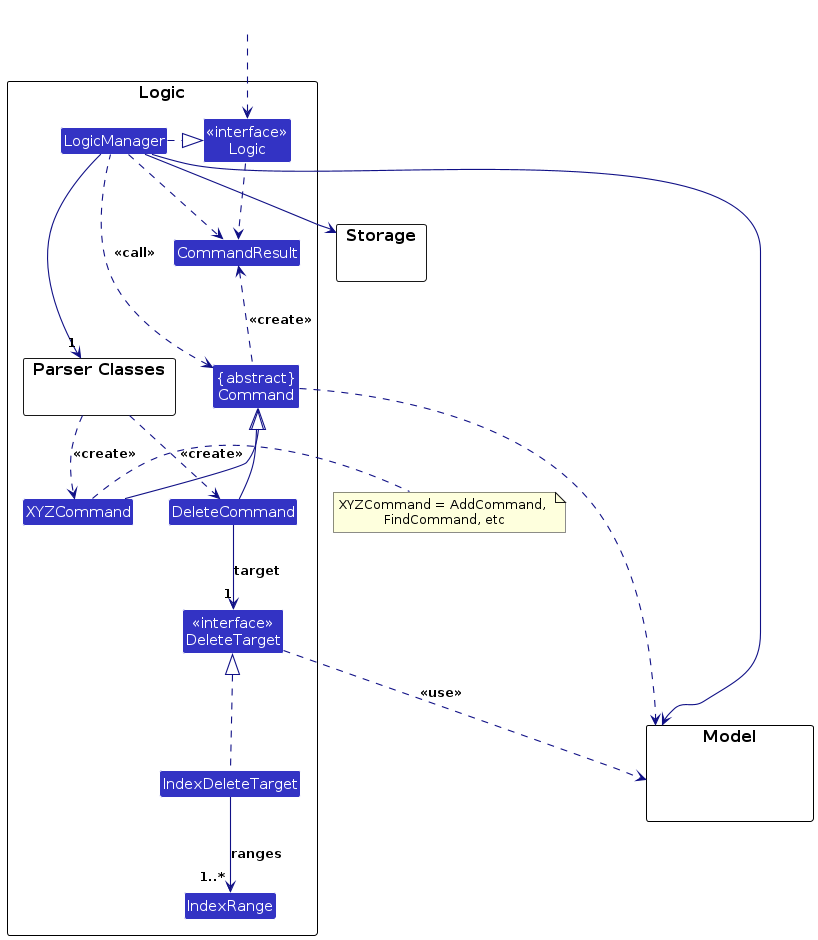
This is diagrams/LogicClassDiagram.png from AY2627S1-CS2103T-T11-2/tp, a PlantUML export, as it was before one commit. Its source is kept beside it as diagrams/LogicClassDiagram.puml.
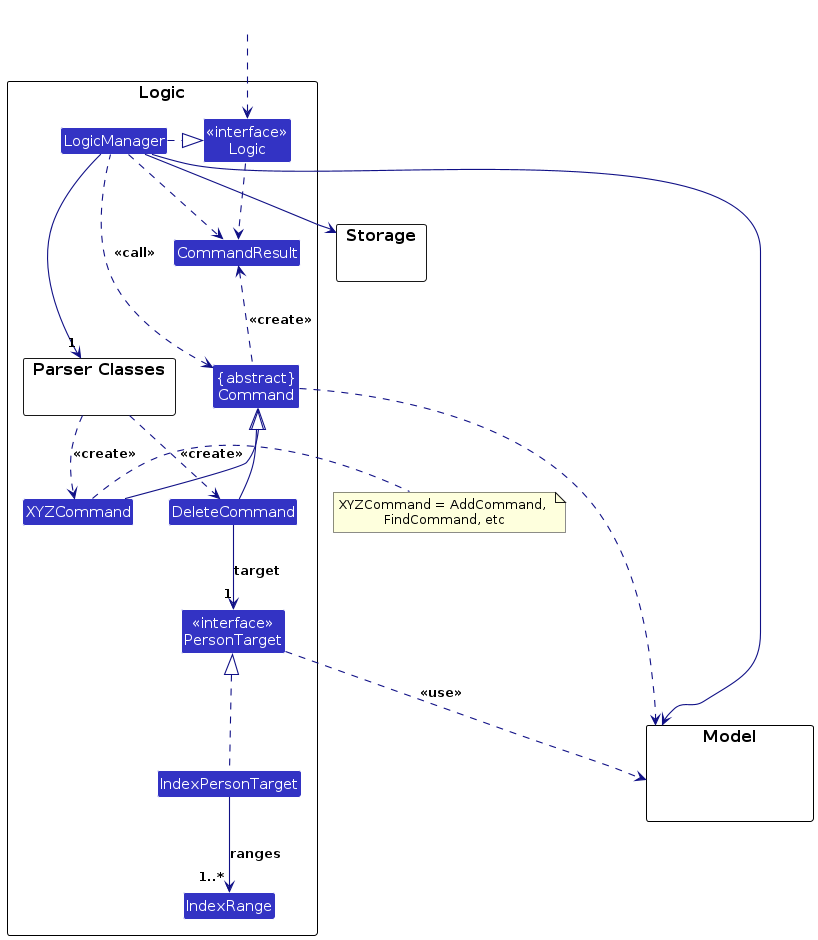
Later version of the same file.

Change to the diagram source:
```diff
@@ -13,8 +13,8 @@
 Class "{abstract}\nCommand" as Command
 
 Class DeleteCommand
-Class "<<interface>>\nDeleteTarget" as DeleteTarget
-Class IndexDeleteTarget
+Class "<<interface>>\nPersonTarget" as PersonTarget
+Class IndexPersonTarget
 Class IndexRange
 
 Class "<<interface>>\nLogic" as Logic
@@ -41,9 +41,9 @@
 
 LogicManager .left.> Command : <<call>>
 
-DeleteCommand --> "1" DeleteTarget : target
-IndexDeleteTarget .up.|> DeleteTarget
-IndexDeleteTarget --> "1..*" IndexRange : ranges
+DeleteCommand --> "1" PersonTarget : target
+IndexPersonTarget .up.|> PersonTarget
+IndexPersonTarget --> "1..*" IndexRange : ranges
 
 LogicManager --> Model
 LogicManager --> Storage
@@ -51,7 +51,7 @@
 
 Command .[hidden]up.> Storage
 Command .right.> Model
-DeleteTarget ..> Model : <<use>>
+PersonTarget ..> Model : <<use>>
 note right of XYZCommand: XYZCommand = AddCommand, \nFindCommand, etc
 
 Logic ..> CommandResult
```
